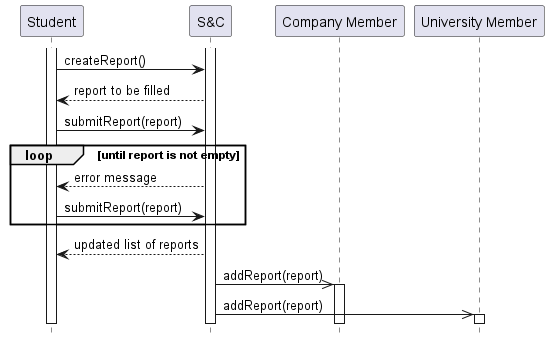
Before: RASD/Specific_requirements/uml_diagrams/UC24_diagram.png, a diagram exported from PlantUML (matti8702/R_and_DD_project_SE2).
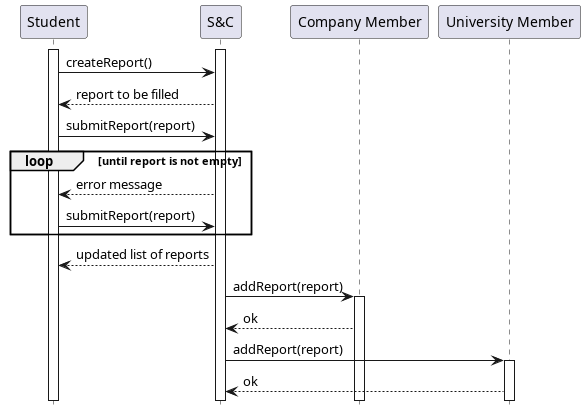
After the commit.

What changed in the source:
```diff
@@ -17,8 +17,10 @@
     ST -> S : submitReport(report)
 end
 S --> ST : updated list of reports
-S ->> CM : addReport(report)
+S -> CM : addReport(report)
 activate CM
-S ->> UM : addReport(report)
+CM --> S : ok
+S -> UM : addReport(report)
 activate UM
+UM --> S : ok
 @enduml
```
